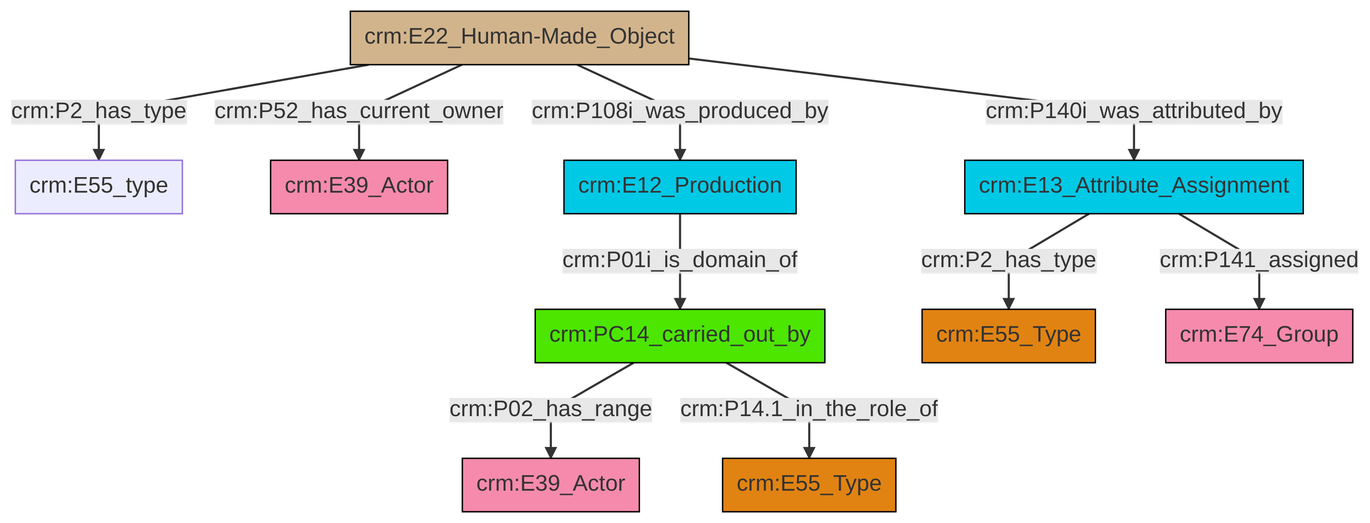
Before: et/builtWorkCSV/ttl/mmd/png/Built_Work_actor_relations.png, a diagram exported from Mermaid (swiss-art-research-net/reference-data-models). Its source is kept beside it as et/builtWorkCSV/ttl/mmd/Built_Work_actor_relations.ttl.mmd.
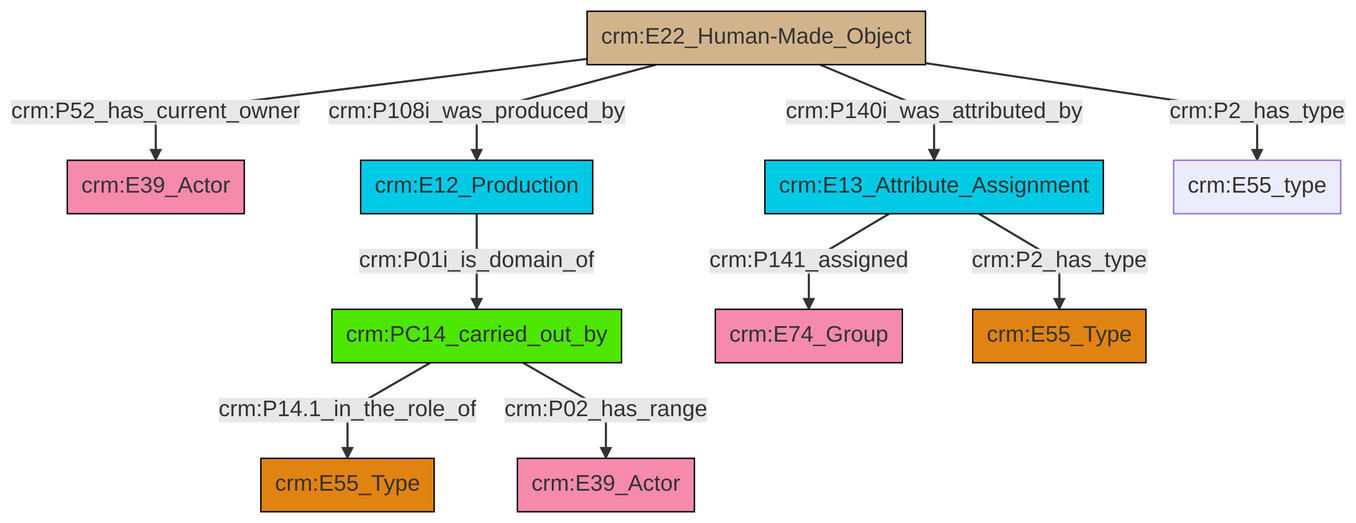
After the change.

What changed in the source:
```diff
@@ -13,12 +13,12 @@
 classDef PC_Classes fill:#4ce600, stroke:#000000;
 classDef Multi fill:#cccccc,stroke:#000000;
 
-0["crm:E22_Human-Made_Object"]:::Physical_Thing -->|crm:P2_has_type| 1["crm:E55_type"]:::Default
-0["crm:E22_Human-Made_Object"]:::Physical_Thing -->|crm:P140i_was_attributed_by| 4["crm:E13_Attribute_Assignment"]:::Temporal_Entity
-0["crm:E22_Human-Made_Object"]:::Physical_Thing -->|crm:P52_has_current_owner| 2["crm:E39_Actor"]:::Actor
-5["crm:PC14_carried_out_by"]:::PC_Classes -->|crm:P02_has_range| 10["crm:E39_Actor"]:::Actor
-4["crm:E13_Attribute_Assignment"]:::Temporal_Entity -->|crm:P141_assigned| 11["crm:E74_Group"]:::Actor
-5["crm:PC14_carried_out_by"]:::PC_Classes -->|crm:P14.1_in_the_role_of| 13["crm:E55_Type"]:::Type
-4["crm:E13_Attribute_Assignment"]:::Temporal_Entity -->|crm:P2_has_type| 8["crm:E55_Type"]:::Type
-18["crm:E12_Production"]:::Temporal_Entity -->|crm:P01i_is_domain_of| 5["crm:PC14_carried_out_by"]:::PC_Classes
-0["crm:E22_Human-Made_Object"]:::Physical_Thing -->|crm:P108i_was_produced_by| 18["crm:E12_Production"]:::Temporal_Entity
+2["crm:E12_Production"]:::Temporal_Entity -->|crm:P01i_is_domain_of| 3["crm:PC14_carried_out_by"]:::PC_Classes
+6["crm:E22_Human-Made_Object"]:::Physical_Thing -->|crm:P52_has_current_owner| 0["crm:E39_Actor"]:::Actor
+7["crm:E13_Attribute_Assignment"]:::Temporal_Entity -->|crm:P2_has_type| 8["crm:E55_Type"]:::Type
+6["crm:E22_Human-Made_Object"]:::Physical_Thing -->|crm:P108i_was_produced_by| 2["crm:E12_Production"]:::Temporal_Entity
+6["crm:E22_Human-Made_Object"]:::Physical_Thing -->|crm:P2_has_type| 15["crm:E55_type"]:::Default
+3["crm:PC14_carried_out_by"]:::PC_Classes -->|crm:P14.1_in_the_role_of| 11["crm:E55_Type"]:::Type
+3["crm:PC14_carried_out_by"]:::PC_Classes -->|crm:P02_has_range| 13["crm:E39_Actor"]:::Actor
+7["crm:E13_Attribute_Assignment"]:::Temporal_Entity -->|crm:P141_assigned| 4["crm:E74_Group"]:::Actor
+6["crm:E22_Human-Made_Object"]:::Physical_Thing -->|crm:P140i_was_attributed_by| 7["crm:E13_Attribute_Assignment"]:::Temporal_Entity
```
